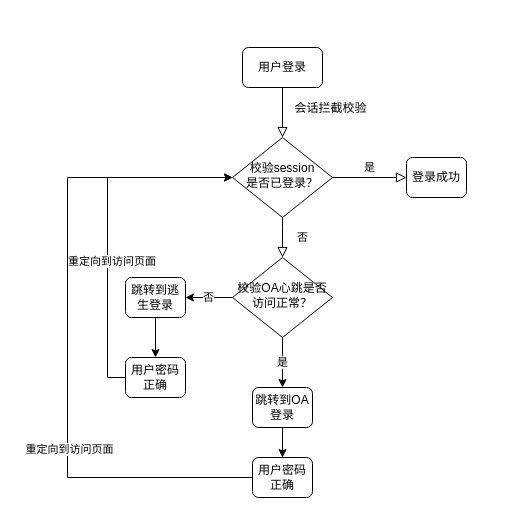
Before: 对账平台登录流程图.drawio in XHWY20181228/drawio, a draw.io diagram. Source tidied: cells renumbered, new cells numbered last; positions are measured from the earlier drawing's top-left corner, leaving out a move shared by most shapes. Both pictures are drawn from the tidied source at 100%, with x=0, y=0 at pixel (67, 47).
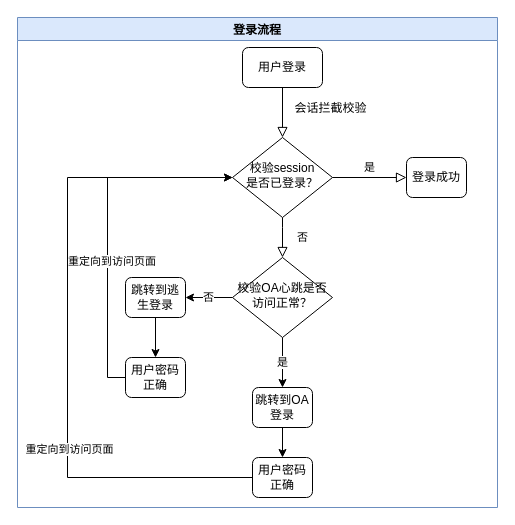
Above is the later version.

Commit message (it also covers changes not shown here):
更新对账平台登录流程图.drawio

Change to the diagram source:
```diff
@@
+    <mxCell id="21" value="登录流程" style="swimlane;fillColor=#dae8fc;strokeColor=#6c8ebf;" parent="1" vertex="1">
+      <mxGeometry x="-50" y="-30" width="480" height="490" as="geometry" />
+    </mxCell>
```
